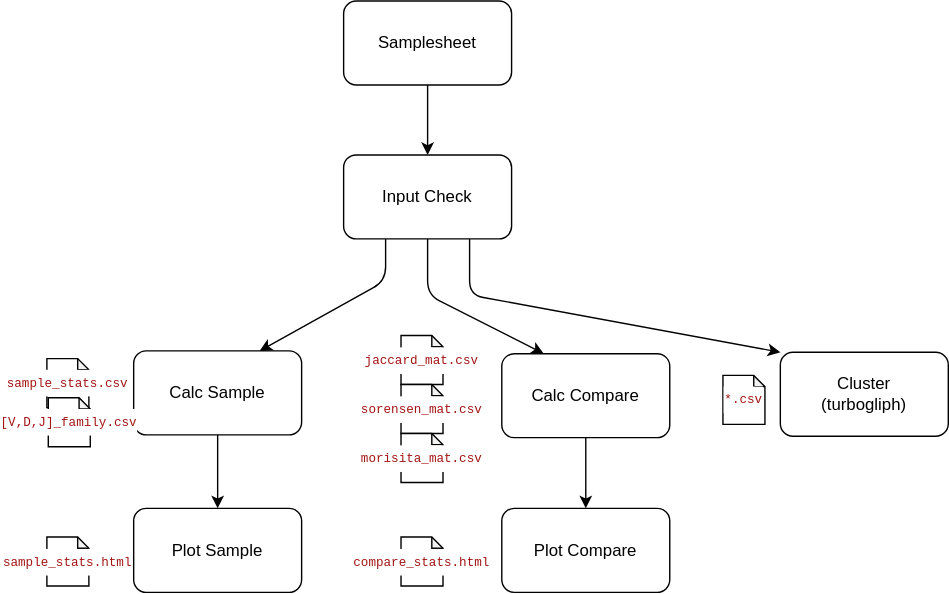
KarchinLab/TCRtoolkit-Bulk keeps this draw.io diagram as assets/diagram.svg. Above is the earlier version. Source tidied: cells renumbered, new cells last; positions are measured from the earlier drawing's top-left corner, leaving out a move shared by most shapes.
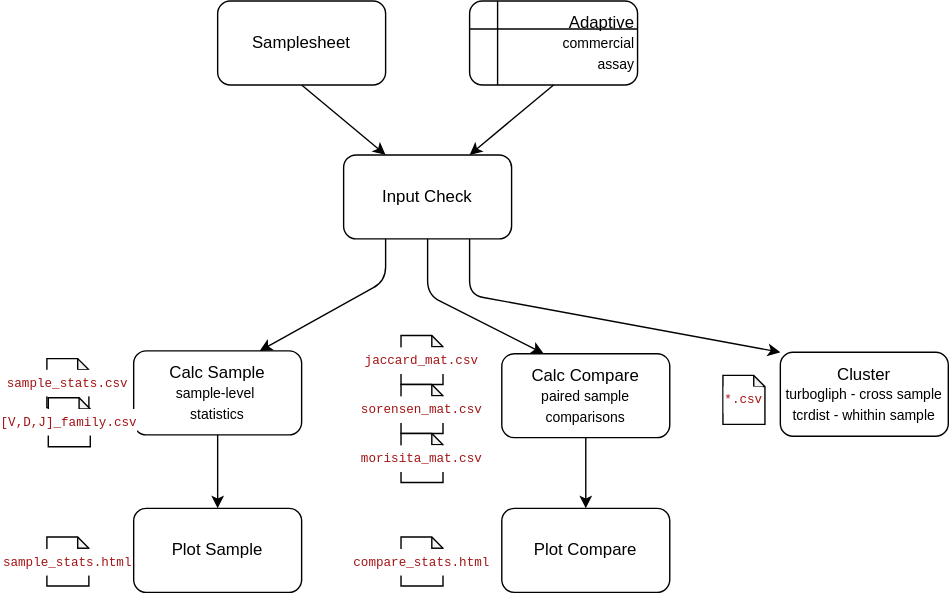
Above is the later version.

Change to the diagram source:
```diff
@@ -2,11 +2,11 @@
   <root>
     <mxCell id="0" />
     <mxCell id="1" parent="0" />
-    <mxCell id="2" style="edgeStyle=none;html=1;" parent="1" edge="1" source="3" target="5">
+    <mxCell id="2" style="edgeStyle=none;html=1;exitX=0.5;exitY=1;exitDx=0;exitDy=0;entryX=0.25;entryY=0;entryDx=0;entryDy=0;" parent="1" edge="1" source="3" target="5">
       <mxGeometry relative="1" as="geometry" />
     </mxCell>
     <mxCell id="3" value="Samplesheet" style="rounded=1;whiteSpace=wrap;html=1;" parent="1" vertex="1">
-      <mxGeometry x="212" width="120" height="60" as="geometry" />
+      <mxGeometry x="122" width="120" height="60" as="geometry" />
     </mxCell>
     <mxCell id="4" style="edgeStyle=none;html=1;entryX=0.75;entryY=0;entryDx=0;entryDy=0;exitX=0.25;exitY=1;exitDx=0;exitDy=0;" parent="1" edge="1" source="5" target="7">
       <mxGeometry relative="1" as="geometry">
@@ -21,16 +21,16 @@
     <mxCell id="6" style="edgeStyle=none;html=1;" parent="1" edge="1" source="7" target="20">
       <mxGeometry relative="1" as="geometry" />
     </mxCell>
-    <mxCell id="7" value="Calc Sample" style="rounded=1;whiteSpace=wrap;html=1;" parent="1" vertex="1">
+    <mxCell id="7" value="Calc Sample&lt;div&gt;&lt;font style=&quot;font-size: 10px;&quot;&gt;sample-level&amp;nbsp;&lt;/font&gt;&lt;/div&gt;&lt;div&gt;&lt;font style=&quot;font-size: 10px;&quot;&gt;statistics&lt;/font&gt;&lt;/div&gt;" style="rounded=1;whiteSpace=wrap;html=1;" parent="1" vertex="1">
       <mxGeometry x="62" y="250" width="120" height="60" as="geometry" />
     </mxCell>
     <mxCell id="8" style="edgeStyle=none;html=1;" parent="1" edge="1" source="9" target="13">
       <mxGeometry relative="1" as="geometry" />
     </mxCell>
-    <mxCell id="9" value="&lt;div style=&quot;text-align: justify;&quot;&gt;&lt;span style=&quot;background-color: transparent;&quot;&gt;Calc Compare&lt;/span&gt;&lt;/div&gt;" style="rounded=1;whiteSpace=wrap;html=1;" parent="1" vertex="1">
+    <mxCell id="9" value="&lt;div style=&quot;&quot;&gt;&lt;span style=&quot;background-color: transparent;&quot;&gt;Calc Compare&lt;/span&gt;&lt;/div&gt;&lt;div style=&quot;&quot;&gt;&lt;font style=&quot;font-size: 10px;&quot;&gt;paired sample&lt;/font&gt;&lt;/div&gt;&lt;div style=&quot;&quot;&gt;&lt;font style=&quot;font-size: 10px;&quot;&gt;comparisons&lt;/font&gt;&lt;/div&gt;" style="rounded=1;whiteSpace=wrap;html=1;align=center;" parent="1" vertex="1">
       <mxGeometry x="325" y="252" width="120" height="60" as="geometry" />
     </mxCell>
-    <mxCell id="10" value="Cluster&lt;div&gt;(turbogliph)&lt;/div&gt;" style="rounded=1;whiteSpace=wrap;html=1;" parent="1" vertex="1">
+    <mxCell id="10" value="Cluster&lt;div&gt;&lt;font style=&quot;font-size: 10px;&quot;&gt;turbogliph - cross sample&lt;/font&gt;&lt;/div&gt;&lt;div&gt;&lt;font style=&quot;font-size: 10px;&quot;&gt;tcrdist - whithin sample&lt;/font&gt;&lt;/div&gt;" style="rounded=1;whiteSpace=wrap;html=1;" parent="1" vertex="1">
       <mxGeometry x="524" y="251" width="120" height="60" as="geometry" />
     </mxCell>
     <mxCell id="11" value="&lt;div style=&quot;color: rgb(59, 59, 59); background-color: rgb(255, 255, 255); font-family: Menlo, Monaco, &amp;quot;Courier New&amp;quot;, monospace; line-height: 18px; white-space: pre;&quot;&gt;&lt;span style=&quot;color: rgb(163, 21, 21);&quot;&gt;&lt;font style=&quot;font-size: 9px;&quot;&gt;compare_stats.html&lt;/font&gt;&lt;/span&gt;&lt;/div&gt;" style="shape=note;whiteSpace=wrap;html=1;backgroundOutline=1;darkOpacity=0.05;size=8;" parent="1" vertex="1">
@@ -77,5 +77,11 @@
     <mxCell id="22" value="&lt;div style=&quot;color: rgb(59, 59, 59); background-color: rgb(255, 255, 255); font-family: Menlo, Monaco, &amp;quot;Courier New&amp;quot;, monospace; line-height: 18px; white-space: pre;&quot;&gt;&lt;span style=&quot;color: rgb(163, 21, 21);&quot;&gt;&lt;font style=&quot;font-size: 9px;&quot;&gt;[V,D,J]_family.csv&lt;/font&gt;&lt;/span&gt;&lt;/div&gt;" style="shape=note;whiteSpace=wrap;html=1;backgroundOutline=1;darkOpacity=0.05;size=8;" parent="1" vertex="1">
       <mxGeometry x="1" y="283.5" width="30" height="35" as="geometry" />
     </mxCell>
+    <mxCell id="23" value="&lt;div style=&quot;&quot;&gt;&lt;span style=&quot;background-color: transparent;&quot;&gt;Adaptive&lt;/span&gt;&lt;/div&gt;&lt;div style=&quot;&quot;&gt;&lt;span style=&quot;background-color: transparent;&quot;&gt;&lt;font style=&quot;font-size: 10px;&quot;&gt;commercial&lt;/font&gt;&lt;/span&gt;&lt;/div&gt;&lt;div style=&quot;&quot;&gt;&lt;span style=&quot;background-color: transparent;&quot;&gt;&lt;font style=&quot;font-size: 10px;&quot;&gt;assay&lt;/font&gt;&lt;/span&gt;&lt;/div&gt;" style="shape=internalStorage;whiteSpace=wrap;html=1;backgroundOutline=1;align=right;rounded=1;" parent="1" vertex="1">
+      <mxGeometry x="302" width="120" height="60" as="geometry" />
+    </mxCell>
+    <mxCell id="24" style="edgeStyle=none;html=1;exitX=0.5;exitY=1;exitDx=0;exitDy=0;entryX=0.75;entryY=0;entryDx=0;entryDy=0;" parent="1" edge="1" source="23" target="5">
+      <mxGeometry relative="1" as="geometry" />
+    </mxCell>
   </root>
 </mxGraphModel>
```
